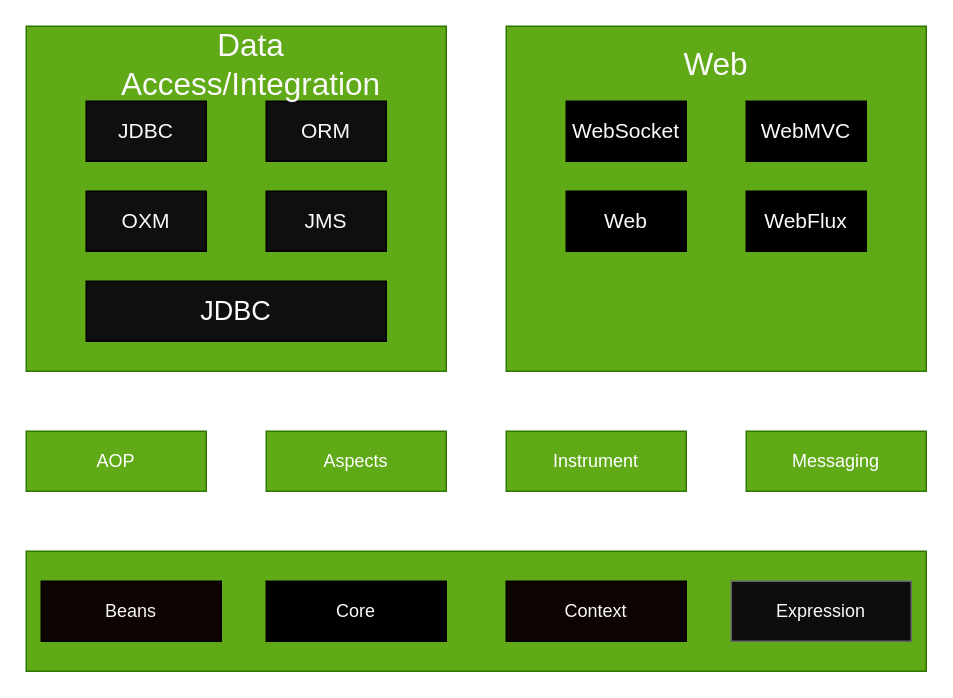
msqtt/Sources keeps this draw.io diagram as map/SpringJarSort.drawio. Above is the earlier version. Source tidied: cells renumbered, new cells numbered last; positions are measured from the earlier drawing's top-left corner, leaving out a move shared by most shapes. Both pictures are drawn from the tidied source at 150%, with x=0, y=0 at pixel (26, 26).
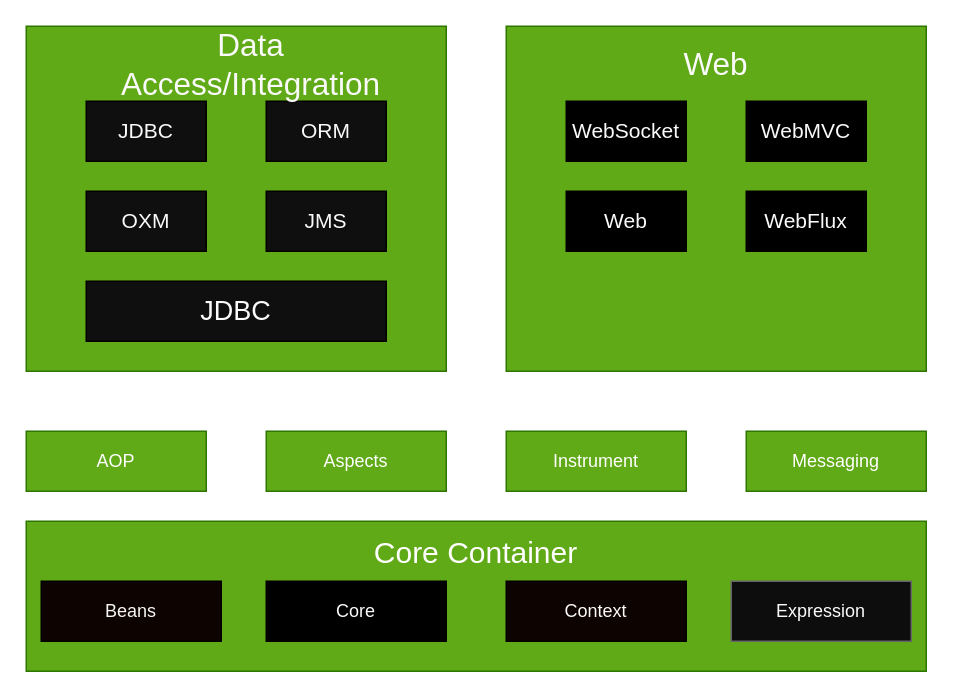
The same diagram, later.

Diff of the diagram source:
```diff
@@
     <mxCell id="17" style="rounded=0;whiteSpace=wrap;html=1;fillColor=#60a917;fontColor=#ffffff;strokeColor=#2D7600;" parent="1" vertex="1">
-      <mxGeometry y="350" width="600" height="80" as="geometry" />
+      <mxGeometry y="330" width="600" height="100" as="geometry" />
     </mxCell>
@@
+    <mxCell id="34" value="&lt;font style=&quot;font-size: 20px;&quot; color=&quot;#ffffff&quot;&gt;Core Container&lt;/font&gt;" style="text;strokeColor=none;fillColor=none;html=1;align=center;verticalAlign=middle;whiteSpace=wrap;rounded=0;hachureGap=4;fontSize=16;" parent="1" vertex="1">
+      <mxGeometry x="210" y="340" width="180" height="20" as="geometry" />
+    </mxCell>
```
